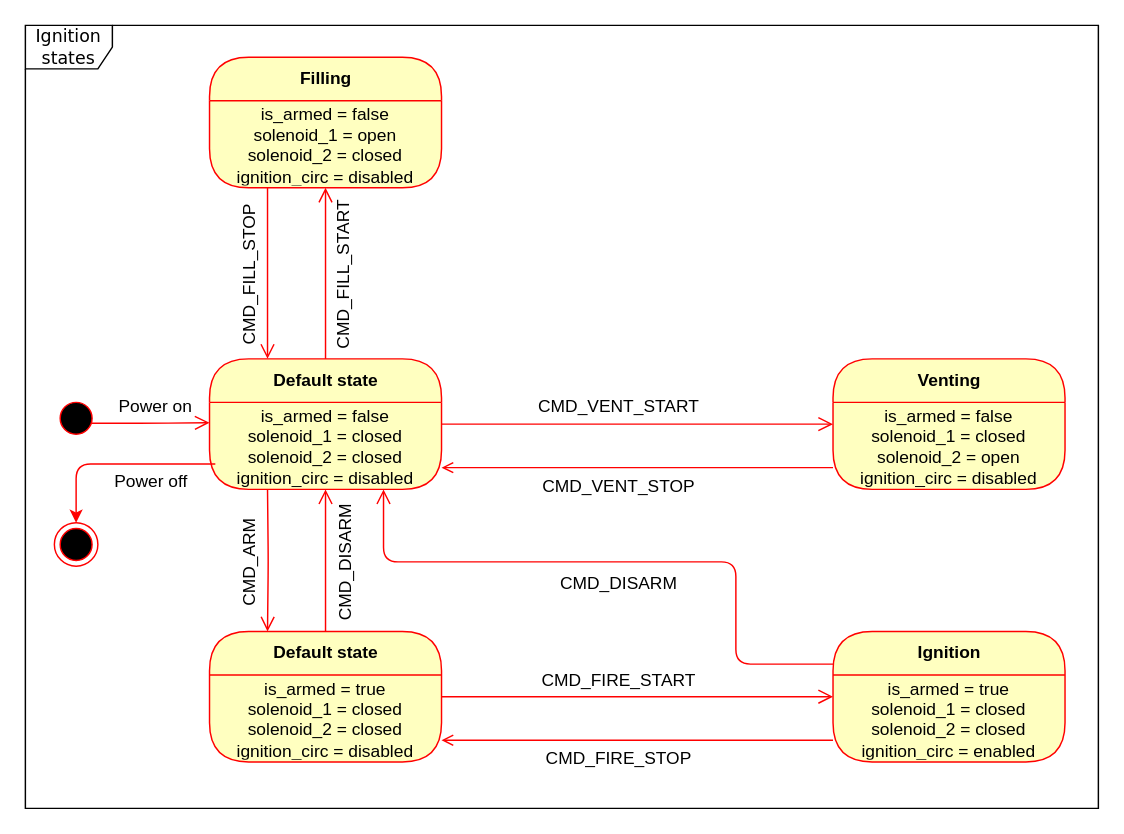
Earlier version of the draw.io diagram doc/LPS_ignition_states.drawio (aesirkth/launchpad-controller). Source tidied: cells renumbered, new cells numbered last; positions are measured from the earlier drawing's top-left corner, leaving out a move shared by most shapes. Both pictures are drawn from the tidied source at 145%, with x=0, y=0 at pixel (25, 25).
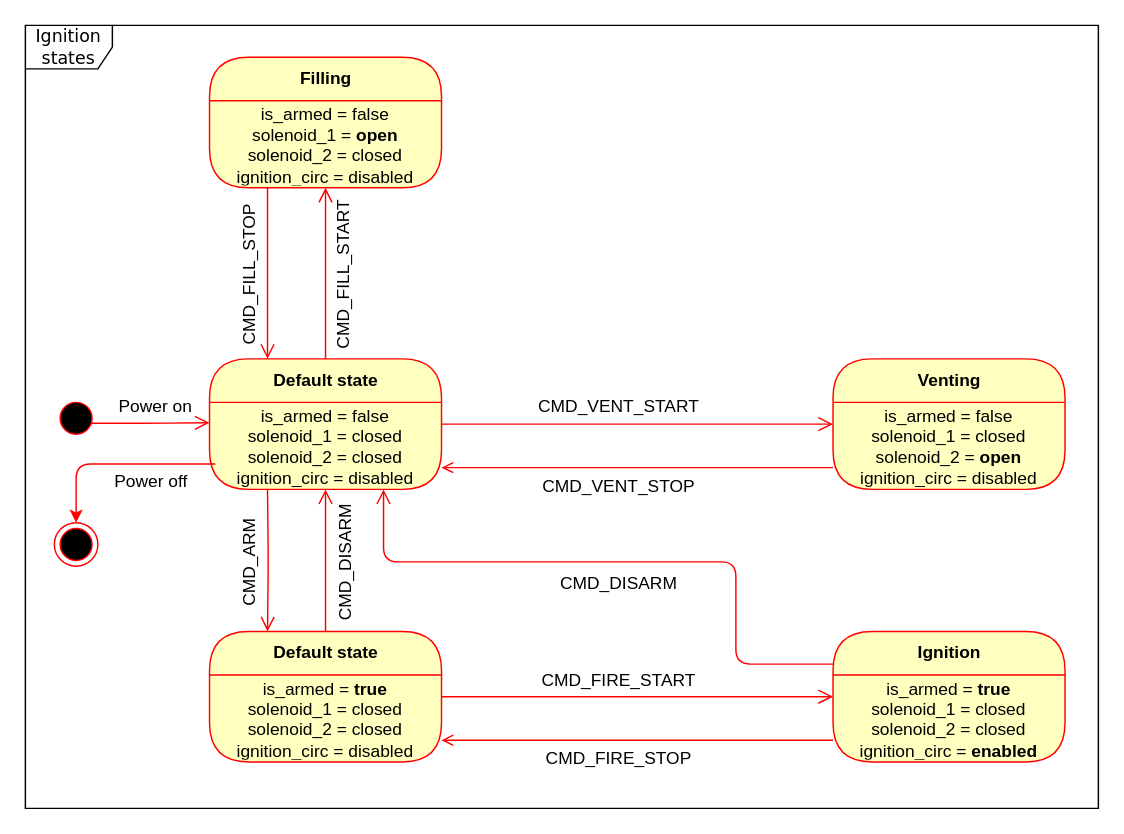
Above is the later version.

Commit message (it also covers changes not shown here):
doc: update ignition sequence

Unchanged cells that the change refers to:
```xml
<mxCell id="8" value="Venting" style="swimlane;html=1;fontStyle=1;align=center;verticalAlign=middle;horizontal=1;startSize=30;fontColor=#000000;rounded=1;arcSize=30;strokeColor=#ff0000;fillColor=#ffffc0;swimlaneFillColor=#ffffc0;" parent="1" vertex="1">
  <mxGeometry x="557" y="230" width="160" height="90" as="geometry" />
</mxCell>
<mxCell id="15" value="Default state" style="swimlane;html=1;fontStyle=1;align=center;verticalAlign=middle;horizontal=1;startSize=30;fontColor=#000000;rounded=1;arcSize=30;strokeColor=#ff0000;fillColor=#ffffc0;swimlaneFillColor=#ffffc0;" parent="1" vertex="1">
  <mxGeometry x="127" y="418" width="160" height="90" as="geometry" />
</mxCell>
<mxCell id="17" value="Filling" style="swimlane;html=1;fontStyle=1;align=center;verticalAlign=middle;horizontal=1;startSize=30;fontColor=#000000;rounded=1;arcSize=30;strokeColor=#ff0000;fillColor=#ffffc0;swimlaneFillColor=#ffffc0;" parent="1" vertex="1">
  <mxGeometry x="127" y="22" width="160" height="90" as="geometry" />
</mxCell>
<mxCell id="27" value="Ignition" style="swimlane;html=1;fontStyle=1;align=center;verticalAlign=middle;horizontal=1;startSize=30;fontColor=#000000;rounded=1;arcSize=30;strokeColor=#ff0000;fillColor=#ffffc0;swimlaneFillColor=#ffffc0;" parent="1" vertex="1">
  <mxGeometry x="557" y="418" width="160" height="90" as="geometry" />
</mxCell>
```

Diff of the diagram source:
```diff
@@
-    <mxCell id="9" value="&lt;blockquote style=&quot;margin: 0 0 0 40px ; border: none ; padding: 0px&quot;&gt;&lt;/blockquote&gt;&lt;span&gt;is_armed = false&lt;/span&gt;&lt;br&gt;&lt;blockquote style=&quot;margin: 0 0 0 40px ; border: none ; padding: 0px&quot;&gt;&lt;/blockquote&gt;&lt;span&gt;solenoid_1 = closed&lt;/span&gt;&lt;br&gt;solenoid_2 = open&lt;br&gt;ignition_circ = disabled" style="text;html=1;strokeColor=none;fillColor=none;align=center;verticalAlign=middle;spacingLeft=4;spacingRight=4;whiteSpace=wrap;overflow=hidden;fontColor=#000000;" parent="8" vertex="1">
+    <mxCell id="9" value="&lt;blockquote style=&quot;margin: 0 0 0 40px ; border: none ; padding: 0px&quot;&gt;&lt;/blockquote&gt;&lt;span&gt;is_armed = false&lt;/span&gt;&lt;br&gt;&lt;blockquote style=&quot;margin: 0 0 0 40px ; border: none ; padding: 0px&quot;&gt;&lt;/blockquote&gt;&lt;span&gt;solenoid_1 = closed&lt;/span&gt;&lt;br&gt;solenoid_2 = &lt;b&gt;open&lt;/b&gt;&lt;br&gt;ignition_circ = disabled" style="text;html=1;strokeColor=none;fillColor=none;align=center;verticalAlign=middle;spacingLeft=4;spacingRight=4;whiteSpace=wrap;overflow=hidden;fontColor=#000000;" parent="8" vertex="1">
       <mxGeometry y="30" width="160" height="60" as="geometry" />
     </mxCell>
@@
-    <mxCell id="16" value="&lt;blockquote style=&quot;margin: 0 0 0 40px ; border: none ; padding: 0px&quot;&gt;&lt;/blockquote&gt;&lt;span&gt;is_armed = true&lt;/span&gt;&lt;br&gt;&lt;blockquote style=&quot;margin: 0 0 0 40px ; border: none ; padding: 0px&quot;&gt;&lt;/blockquote&gt;&lt;span&gt;solenoid_1 = closed&lt;/span&gt;&lt;br&gt;solenoid_2 = closed&lt;br&gt;ignition_circ = disabled" style="text;html=1;strokeColor=none;fillColor=none;align=center;verticalAlign=middle;spacingLeft=4;spacingRight=4;whiteSpace=wrap;overflow=hidden;fontColor=#000000;" parent="15" vertex="1">
+    <mxCell id="16" value="&lt;blockquote style=&quot;margin: 0 0 0 40px ; border: none ; padding: 0px&quot;&gt;&lt;/blockquote&gt;is_armed = &lt;b&gt;true&lt;/b&gt;&lt;br&gt;&lt;blockquote style=&quot;margin: 0 0 0 40px ; border: none ; padding: 0px&quot;&gt;&lt;/blockquote&gt;solenoid_1 = closed&lt;br&gt;solenoid_2 = closed&lt;br&gt;ignition_circ = disabled" style="text;html=1;strokeColor=none;fillColor=none;align=center;verticalAlign=middle;spacingLeft=4;spacingRight=4;whiteSpace=wrap;overflow=hidden;fontColor=#000000;" parent="15" vertex="1">
       <mxGeometry y="30" width="160" height="60" as="geometry" />
     </mxCell>
@@
-    <mxCell id="18" value="&lt;blockquote style=&quot;margin: 0 0 0 40px ; border: none ; padding: 0px&quot;&gt;&lt;/blockquote&gt;&lt;span&gt;is_armed = false&lt;/span&gt;&lt;br&gt;&lt;blockquote style=&quot;margin: 0 0 0 40px ; border: none ; padding: 0px&quot;&gt;&lt;/blockquote&gt;&lt;span&gt;solenoid_1 = open&lt;/span&gt;&lt;br&gt;solenoid_2 = closed&lt;br&gt;ignition_circ = disabled" style="text;html=1;strokeColor=none;fillColor=none;align=center;verticalAlign=middle;spacingLeft=4;spacingRight=4;whiteSpace=wrap;overflow=hidden;fontColor=#000000;" parent="17" vertex="1">
+    <mxCell id="18" value="&lt;blockquote style=&quot;margin: 0 0 0 40px ; border: none ; padding: 0px&quot;&gt;&lt;/blockquote&gt;is_armed = false&lt;br&gt;&lt;blockquote style=&quot;margin: 0 0 0 40px ; border: none ; padding: 0px&quot;&gt;&lt;/blockquote&gt;solenoid_1 = &lt;b&gt;open&lt;/b&gt;&lt;br&gt;solenoid_2 = closed&lt;br&gt;ignition_circ = disabled" style="text;html=1;strokeColor=none;fillColor=none;align=center;verticalAlign=middle;spacingLeft=4;spacingRight=4;whiteSpace=wrap;overflow=hidden;fontColor=#000000;" parent="17" vertex="1">
       <mxGeometry y="30" width="160" height="60" as="geometry" />
     </mxCell>
@@
-    <mxCell id="28" value="&lt;blockquote style=&quot;margin: 0 0 0 40px ; border: none ; padding: 0px&quot;&gt;&lt;/blockquote&gt;&lt;span&gt;is_armed = true&lt;/span&gt;&lt;br&gt;&lt;blockquote style=&quot;margin: 0 0 0 40px ; border: none ; padding: 0px&quot;&gt;&lt;/blockquote&gt;&lt;span&gt;solenoid_1 = closed&lt;/span&gt;&lt;br&gt;solenoid_2 = closed&lt;br&gt;ignition_circ = enabled" style="text;html=1;strokeColor=none;fillColor=none;align=center;verticalAlign=middle;spacingLeft=4;spacingRight=4;whiteSpace=wrap;overflow=hidden;fontColor=#000000;" parent="27" vertex="1">
+    <mxCell id="28" value="&lt;blockquote style=&quot;margin: 0 0 0 40px ; border: none ; padding: 0px&quot;&gt;&lt;/blockquote&gt;is_armed = &lt;b&gt;true&lt;/b&gt;&lt;br&gt;&lt;blockquote style=&quot;margin: 0 0 0 40px ; border: none ; padding: 0px&quot;&gt;&lt;/blockquote&gt;solenoid_1 = closed&lt;br&gt;solenoid_2 = closed&lt;br&gt;ignition_circ = &lt;b&gt;enabled&lt;/b&gt;" style="text;html=1;strokeColor=none;fillColor=none;align=center;verticalAlign=middle;spacingLeft=4;spacingRight=4;whiteSpace=wrap;overflow=hidden;fontColor=#000000;" parent="27" vertex="1">
       <mxGeometry y="30" width="160" height="60" as="geometry" />
     </mxCell>
```
